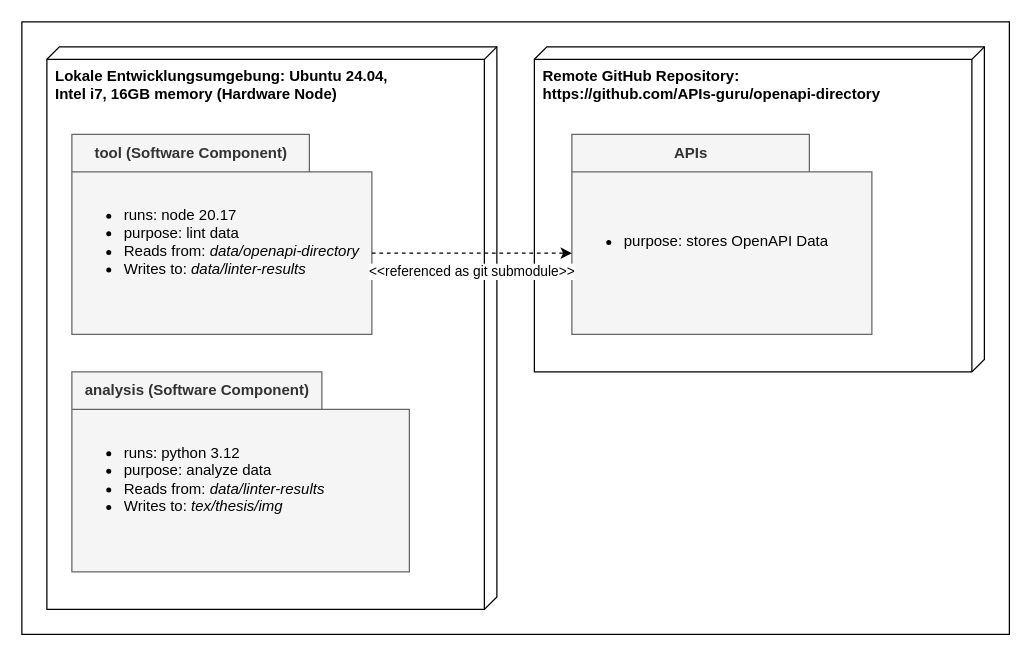
Above: requirements/diagram/deploymentview.drawio in paulbrenker/thesis (draw.io), before the change. Source tidied: cells renumbered, new cells numbered last; positions are measured from the earlier drawing's top-left corner, leaving out a move shared by most shapes. Both pictures are drawn from the tidied source at 125%, with x=0, y=0 at pixel (21, 21).
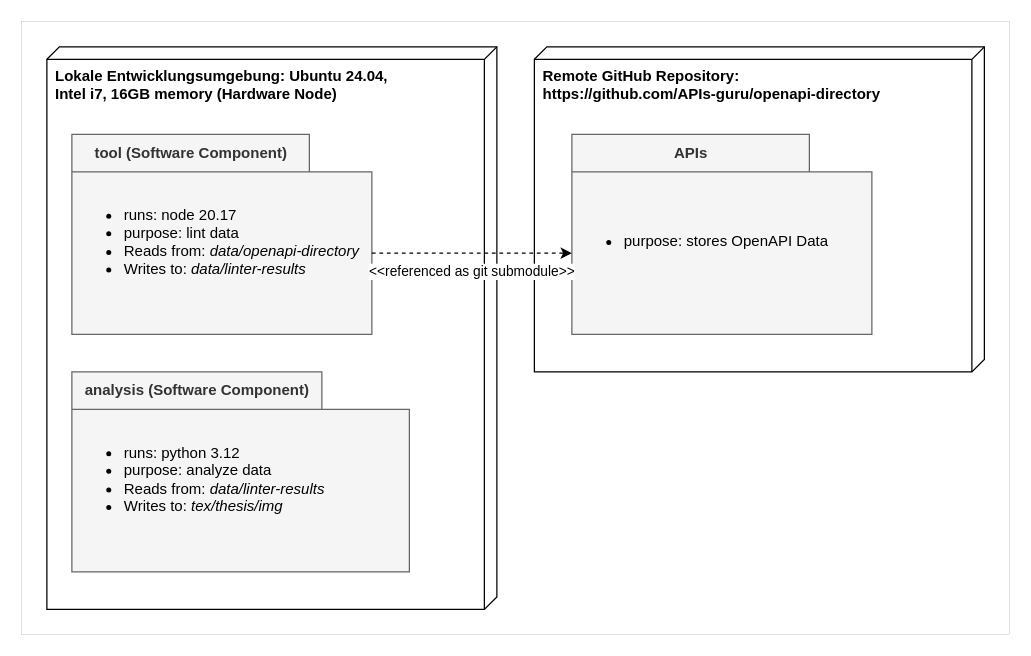
The same diagram, later.

Change to the diagram source:
```diff
@@
 <mxGraphModel>
   <root>
     <mxCell id="0" />
     <mxCell id="1" parent="0" />
-    <mxCell id="2" style="rounded=0;whiteSpace=wrap;html=1;" parent="1" vertex="1">
+    <mxCell id="2" style="rounded=0;whiteSpace=wrap;html=1;strokeWidth=0;" parent="1" vertex="1">
       <mxGeometry width="790" height="490" as="geometry" />
     </mxCell>
     <mxCell id="3" value="&lt;b&gt;Lokale Entwicklungsumgebung: Ubuntu 24.04,&amp;nbsp;&lt;br&gt;Intel i7, 16GB memory (Hardware Node)&lt;/b&gt;" style="verticalAlign=top;align=left;shape=cube;size=10;direction=south;fontStyle=0;html=1;boundedLbl=1;spacingLeft=5;" parent="1" vertex="1">
       <mxGeometry x="20" y="20" width="360" height="450" as="geometry" />
     </mxCell>
     <mxCell id="4" value="tool (Software Component)" style="shape=folder;fontStyle=1;tabWidth=190;tabHeight=30;tabPosition=left;html=1;boundedLbl=1;labelInHeader=1;fillColor=#f5f5f5;fontColor=#333333;strokeColor=#666666;" parent="1" vertex="1">
       <mxGeometry x="40" y="90" width="240" height="160" as="geometry" />
     </mxCell>
     <mxCell id="5" value="&lt;ul&gt;&lt;li&gt;runs: node 20.17&lt;/li&gt;&lt;li&gt;purpose: lint data&lt;i&gt;&lt;br&gt;&lt;/i&gt;&lt;/li&gt;&lt;li&gt;Reads from:&amp;nbsp;&lt;i&gt;data/openapi-directory&lt;/i&gt;&lt;/li&gt;&lt;li&gt;Writes to:&amp;nbsp;&lt;i&gt;data/linter-results&lt;/i&gt;&lt;/li&gt;&lt;/ul&gt;" style="html=1;strokeColor=none;fillColor=none;align=left;" parent="4" vertex="1">
       <mxGeometry width="240" height="112" relative="1" as="geometry">
         <mxPoint y="30" as="offset" />
       </mxGeometry>
     </mxCell>
     <mxCell id="6" value="analysis (Software Component)" style="shape=folder;fontStyle=1;tabWidth=200;tabHeight=30;tabPosition=left;html=1;boundedLbl=1;labelInHeader=1;fillColor=#f5f5f5;fontColor=#333333;strokeColor=#666666;" parent="1" vertex="1">
       <mxGeometry x="40" y="280" width="270" height="160" as="geometry" />
     </mxCell>
     <mxCell id="7" value="&lt;ul&gt;&lt;li&gt;runs: python 3.12&lt;/li&gt;&lt;li&gt;purpose: analyze data&lt;/li&gt;&lt;li&gt;Reads from: &lt;i&gt;data/linter-results&lt;/i&gt;&lt;/li&gt;&lt;li&gt;Writes to: &lt;i&gt;tex/thesis/img&lt;/i&gt;&lt;/li&gt;&lt;/ul&gt;" style="html=1;strokeColor=none;fillColor=none;align=left;" parent="6" vertex="1">
       <mxGeometry width="270" height="112" relative="1" as="geometry">
         <mxPoint y="30" as="offset" />
       </mxGeometry>
     </mxCell>
     <mxCell id="8" value="&lt;b&gt;Remote GitHub Repository:&amp;nbsp;&lt;br&gt;https://github.com/APIs-guru/openapi-directory&lt;/b&gt;" style="verticalAlign=top;align=left;shape=cube;size=10;direction=south;fontStyle=0;html=1;boundedLbl=1;spacingLeft=5;" parent="1" vertex="1">
       <mxGeometry x="410" y="20" width="360" height="260" as="geometry" />
     </mxCell>
     <mxCell id="9" value="APIs" style="shape=folder;fontStyle=1;tabWidth=190;tabHeight=30;tabPosition=left;html=1;boundedLbl=1;labelInHeader=1;fillColor=#f5f5f5;fontColor=#333333;strokeColor=#666666;" parent="1" vertex="1">
       <mxGeometry x="440" y="90" width="240" height="160" as="geometry" />
     </mxCell>
     <mxCell id="10" value="&lt;ul&gt;&lt;li&gt;&lt;span style=&quot;background-color: initial;&quot;&gt;purpose: stores OpenAPI Data&lt;/span&gt;&lt;/li&gt;&lt;/ul&gt;" style="html=1;strokeColor=none;fillColor=none;align=left;" parent="9" vertex="1">
       <mxGeometry width="240" height="112" relative="1" as="geometry">
         <mxPoint y="30" as="offset" />
       </mxGeometry>
     </mxCell>
     <mxCell id="11" value="&amp;lt;&amp;lt;referenced as git submodule&amp;gt;&amp;gt;" style="endArrow=classic;html=1;exitX=0;exitY=0;exitDx=240.00000000000003;exitDy=95;exitPerimeter=0;entryX=0;entryY=0;entryDx=0;entryDy=95;entryPerimeter=0;dashed=1;" parent="1" edge="1" source="4" target="9">
       <mxGeometry y="-15" relative="1" as="geometry" />
     </mxCell>
   </root>
 </mxGraphModel>
```
